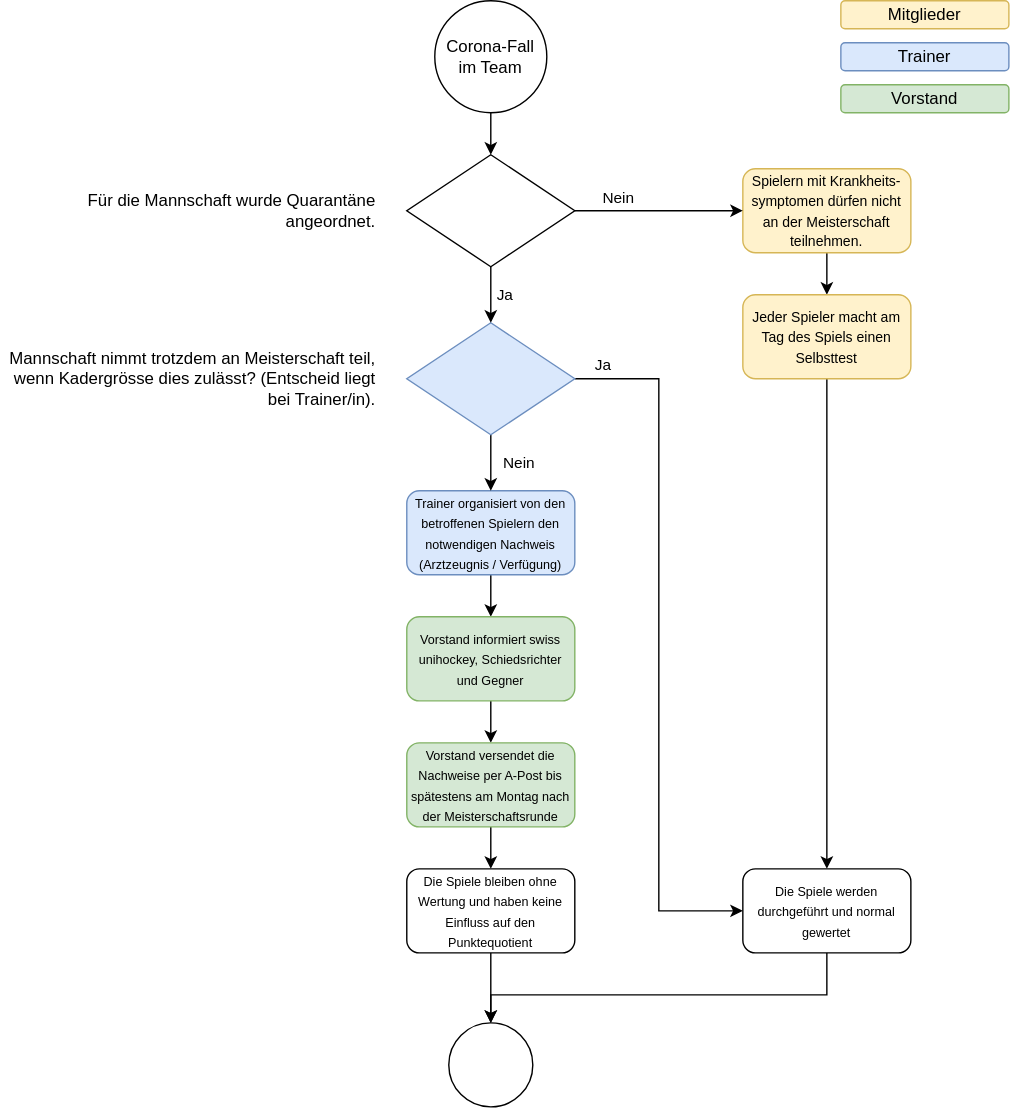
Earlier version of the draw.io export src/img/ablauf3.svg (faebulicious/uhcwr_corona). Source tidied: cells renumbered, new cells last; positions are measured from the earlier drawing's top-left corner, leaving out a move shared by most shapes. The source it was exported from:
```xml
<mxGraphModel>
  <root>
    <mxCell id="0" />
    <mxCell id="1" parent="0" />
    <mxCell id="2" style="edgeStyle=orthogonalEdgeStyle;rounded=0;jettySize=auto;html=1;" parent="1" edge="1" source="3" target="5">
      <mxGeometry relative="1" as="geometry" />
    </mxCell>
    <mxCell id="3" value="&lt;font style=&quot;font-size: 9px&quot;&gt;Trainer organisiert von den betroffenen Spielern den notwendigen Nachweis (Arztzeugnis / Verfügung)&lt;/font&gt;" style="rounded=1;whiteSpace=wrap;html=1;fillColor=#dae8fc;strokeColor=#6c8ebf;" parent="1" vertex="1">
      <mxGeometry x="290" y="350" width="120" height="60" as="geometry" />
    </mxCell>
    <mxCell id="4" style="edgeStyle=orthogonalEdgeStyle;rounded=0;jettySize=auto;html=1;" parent="1" edge="1" source="5" target="7">
      <mxGeometry relative="1" as="geometry" />
    </mxCell>
    <mxCell id="5" value="&lt;font style=&quot;font-size: 9px&quot;&gt;Vorstand informiert swiss unihockey, Schiedsrichter und Gegner&lt;/font&gt;" style="rounded=1;whiteSpace=wrap;html=1;fillColor=#d5e8d4;strokeColor=#82b366;" parent="1" vertex="1">
      <mxGeometry x="290" y="440" width="120" height="60" as="geometry" />
    </mxCell>
    <mxCell id="6" style="edgeStyle=orthogonalEdgeStyle;rounded=0;jettySize=auto;html=1;entryX=0.5;entryY=0;entryDx=0;entryDy=0;" parent="1" edge="1" source="7" target="9">
      <mxGeometry relative="1" as="geometry" />
    </mxCell>
    <mxCell id="7" value="&lt;font style=&quot;font-size: 9px&quot;&gt;Vorstand versendet die Nachweise per A-Post bis spätestens am Montag nach der Meisterschaftsrunde&lt;/font&gt;" style="rounded=1;whiteSpace=wrap;html=1;fillColor=#d5e8d4;strokeColor=#82b366;" parent="1" vertex="1">
      <mxGeometry x="290" y="530" width="120" height="60" as="geometry" />
    </mxCell>
    <mxCell id="8" style="edgeStyle=orthogonalEdgeStyle;rounded=0;jettySize=auto;html=1;entryX=0.5;entryY=0;entryDx=0;entryDy=0;" parent="1" edge="1" source="9" target="10">
      <mxGeometry relative="1" as="geometry" />
    </mxCell>
    <mxCell id="9" value="&lt;font style=&quot;font-size: 9px&quot;&gt;Die Spiele bleiben ohne Wertung und haben keine Einfluss auf den Punktequotient&lt;/font&gt;" style="rounded=1;whiteSpace=wrap;html=1;" parent="1" vertex="1">
      <mxGeometry x="290" y="620" width="120" height="60" as="geometry" />
    </mxCell>
    <mxCell id="10" style="ellipse;whiteSpace=wrap;html=1;shadow=0;strokeColor=#000000;" parent="1" vertex="1">
      <mxGeometry x="320" y="730" width="60" height="60" as="geometry" />
    </mxCell>
    <mxCell id="11" style="edgeStyle=orthogonalEdgeStyle;rounded=0;jettySize=auto;html=1;labelBackgroundColor=none;fontSize=11;" parent="1" edge="1" source="12" target="27">
      <mxGeometry relative="1" as="geometry" />
    </mxCell>
    <mxCell id="12" value="Corona-Fall im Team" style="ellipse;whiteSpace=wrap;html=1;" parent="1" vertex="1">
      <mxGeometry x="310" width="80" height="80" as="geometry" />
    </mxCell>
    <mxCell id="13" value="Nein" style="edgeStyle=orthogonalEdgeStyle;rounded=0;jettySize=auto;html=1;fontSize=11;labelBackgroundColor=none;" parent="1" edge="1" source="15" target="3">
      <mxGeometry y="20" relative="1" as="geometry" />
    </mxCell>
    <mxCell id="14" value="Ja" style="edgeStyle=orthogonalEdgeStyle;rounded=0;jettySize=auto;html=1;entryX=0;entryY=0.5;entryDx=0;entryDy=0;labelBackgroundColor=none;fontSize=11;" parent="1" edge="1" source="15" target="30">
      <mxGeometry x="-0.92" y="10" relative="1" as="geometry" />
    </mxCell>
    <mxCell id="15" style="rhombus;whiteSpace=wrap;html=1;shadow=0;strokeColor=#6c8ebf;fillColor=#dae8fc;" parent="1" vertex="1">
      <mxGeometry x="290" y="230" width="120" height="80" as="geometry" />
    </mxCell>
    <mxCell id="16" value="Mannschaft nimmt trotzdem an Meisterschaft teil, wenn Kadergrösse dies zulässt? (Entscheid liegt bei Trainer/in)." style="text;html=1;fillColor=none;align=right;verticalAlign=middle;whiteSpace=wrap;rounded=0;shadow=0;" parent="1" vertex="1">
      <mxGeometry y="260" width="270" height="20" as="geometry" />
    </mxCell>
    <mxCell id="17" style="edgeStyle=orthogonalEdgeStyle;rounded=0;jettySize=auto;html=1;fontSize=11;" parent="1" edge="1" source="18" target="23">
      <mxGeometry relative="1" as="geometry" />
    </mxCell>
    <mxCell id="18" value="&lt;font size=&quot;1&quot;&gt;Spielern mit Krankheits-symptomen dürfen nicht an der Meisterschaft teilnehmen.&lt;/font&gt;" style="rounded=1;whiteSpace=wrap;html=1;fillColor=#fff2cc;strokeColor=#d6b656;" parent="1" vertex="1">
      <mxGeometry x="530" y="120" width="120" height="60" as="geometry" />
    </mxCell>
    <mxCell id="19" value="Mitglieder" style="rounded=1;whiteSpace=wrap;html=1;fillColor=#fff2cc;strokeColor=#d6b656;" parent="1" vertex="1">
      <mxGeometry x="600" width="120" height="20" as="geometry" />
    </mxCell>
    <mxCell id="20" value="Trainer" style="rounded=1;whiteSpace=wrap;html=1;fillColor=#dae8fc;strokeColor=#6c8ebf;" parent="1" vertex="1">
      <mxGeometry x="600" y="30" width="120" height="20" as="geometry" />
    </mxCell>
    <mxCell id="21" value="Vorstand" style="rounded=1;whiteSpace=wrap;html=1;fillColor=#d5e8d4;strokeColor=#82b366;" parent="1" vertex="1">
      <mxGeometry x="600" y="60" width="120" height="20" as="geometry" />
    </mxCell>
    <mxCell id="22" style="edgeStyle=orthogonalEdgeStyle;rounded=0;jettySize=auto;html=1;labelBackgroundColor=none;fontSize=11;" parent="1" edge="1" source="23" target="30">
      <mxGeometry relative="1" as="geometry" />
    </mxCell>
    <mxCell id="23" value="&lt;font size=&quot;1&quot;&gt;Jeder Spieler macht am Tag des Spiels einen Selbsttest&lt;/font&gt;" style="rounded=1;whiteSpace=wrap;html=1;fillColor=#fff2cc;strokeColor=#d6b656;" parent="1" vertex="1">
      <mxGeometry x="530" y="210" width="120" height="60" as="geometry" />
    </mxCell>
    <mxCell id="24" style="edgeStyle=orthogonalEdgeStyle;rounded=0;jettySize=auto;html=1;labelBackgroundColor=none;fontSize=11;" parent="1" edge="1" source="27" target="18">
      <mxGeometry relative="1" as="geometry" />
    </mxCell>
    <mxCell id="25" value="Nein" style="edgeLabel;html=1;align=center;verticalAlign=middle;fontSize=11;labelBackgroundColor=none;" parent="24" vertex="1">
      <mxGeometry x="0.25" relative="1" as="geometry">
        <mxPoint x="-45" y="-10" as="offset" />
      </mxGeometry>
    </mxCell>
    <mxCell id="26" value="Ja" style="edgeStyle=orthogonalEdgeStyle;rounded=0;jettySize=auto;html=1;labelBackgroundColor=none;fontSize=11;" parent="1" edge="1" source="27" target="15">
      <mxGeometry y="10" relative="1" as="geometry">
        <Array as="points">
          <mxPoint x="350" y="200" />
          <mxPoint x="350" y="200" />
        </Array>
      </mxGeometry>
    </mxCell>
    <mxCell id="27" style="rhombus;whiteSpace=wrap;html=1;shadow=0;" parent="1" vertex="1">
      <mxGeometry x="290" y="110" width="120" height="80" as="geometry" />
    </mxCell>
    <mxCell id="28" value="Für die Mannschaft wurde Quarantäne angeordnet." style="text;html=1;fillColor=none;align=right;verticalAlign=middle;whiteSpace=wrap;rounded=0;shadow=0;" parent="1" vertex="1">
      <mxGeometry y="140" width="270" height="20" as="geometry" />
    </mxCell>
    <mxCell id="29" style="edgeStyle=orthogonalEdgeStyle;rounded=0;jettySize=auto;html=1;labelBackgroundColor=none;fontSize=11;" parent="1" edge="1" source="30" target="10">
      <mxGeometry relative="1" as="geometry">
        <Array as="points">
          <mxPoint x="590" y="710" />
          <mxPoint x="350" y="710" />
        </Array>
      </mxGeometry>
    </mxCell>
    <mxCell id="30" value="&lt;font style=&quot;font-size: 9px&quot;&gt;Die Spiele werden durchgeführt und normal gewertet&lt;/font&gt;" style="rounded=1;whiteSpace=wrap;html=1;" parent="1" vertex="1">
      <mxGeometry x="530" y="620" width="120" height="60" as="geometry" />
    </mxCell>
  </root>
</mxGraphModel>
```
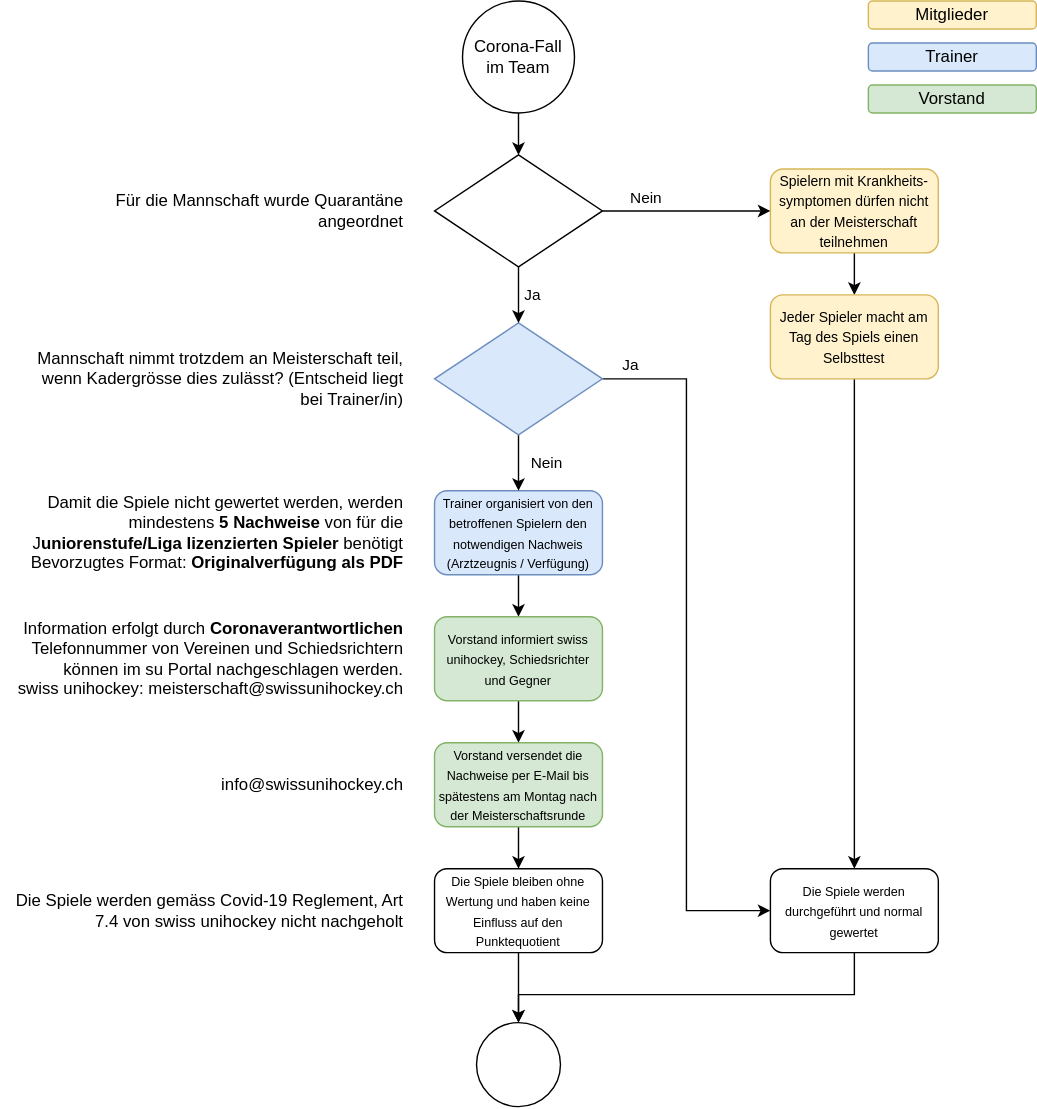
The same diagram one commit later.

Change to the diagram source:
```diff
@@ -17,7 +17,7 @@
     <mxCell id="6" style="edgeStyle=orthogonalEdgeStyle;rounded=0;jettySize=auto;html=1;entryX=0.5;entryY=0;entryDx=0;entryDy=0;" parent="1" edge="1" source="7" target="9">
       <mxGeometry relative="1" as="geometry" />
     </mxCell>
-    <mxCell id="7" value="&lt;font style=&quot;font-size: 9px&quot;&gt;Vorstand versendet die Nachweise per A-Post bis spätestens am Montag nach der Meisterschaftsrunde&lt;/font&gt;" style="rounded=1;whiteSpace=wrap;html=1;fillColor=#d5e8d4;strokeColor=#82b366;" parent="1" vertex="1">
+    <mxCell id="7" value="&lt;font style=&quot;font-size: 9px&quot;&gt;Vorstand versendet die Nachweise per E-Mail bis spätestens am Montag nach der Meisterschaftsrunde&lt;/font&gt;" style="rounded=1;whiteSpace=wrap;html=1;fillColor=#d5e8d4;strokeColor=#82b366;" parent="1" vertex="1">
       <mxGeometry x="290" y="530" width="120" height="60" as="geometry" />
     </mxCell>
     <mxCell id="8" style="edgeStyle=orthogonalEdgeStyle;rounded=0;jettySize=auto;html=1;entryX=0.5;entryY=0;entryDx=0;entryDy=0;" parent="1" edge="1" source="9" target="10">
@@ -44,13 +44,13 @@
     <mxCell id="15" style="rhombus;whiteSpace=wrap;html=1;shadow=0;strokeColor=#6c8ebf;fillColor=#dae8fc;" parent="1" vertex="1">
       <mxGeometry x="290" y="230" width="120" height="80" as="geometry" />
     </mxCell>
-    <mxCell id="16" value="Mannschaft nimmt trotzdem an Meisterschaft teil, wenn Kadergrösse dies zulässt? (Entscheid liegt bei Trainer/in)." style="text;html=1;fillColor=none;align=right;verticalAlign=middle;whiteSpace=wrap;rounded=0;shadow=0;" parent="1" vertex="1">
+    <mxCell id="16" value="Mannschaft nimmt trotzdem an Meisterschaft teil, wenn Kadergrösse dies zulässt? (Entscheid liegt bei Trainer/in)" style="text;html=1;fillColor=none;align=right;verticalAlign=middle;whiteSpace=wrap;rounded=0;shadow=0;" parent="1" vertex="1">
       <mxGeometry y="260" width="270" height="20" as="geometry" />
     </mxCell>
     <mxCell id="17" style="edgeStyle=orthogonalEdgeStyle;rounded=0;jettySize=auto;html=1;fontSize=11;" parent="1" edge="1" source="18" target="23">
       <mxGeometry relative="1" as="geometry" />
     </mxCell>
-    <mxCell id="18" value="&lt;font size=&quot;1&quot;&gt;Spielern mit Krankheits-symptomen dürfen nicht an der Meisterschaft teilnehmen.&lt;/font&gt;" style="rounded=1;whiteSpace=wrap;html=1;fillColor=#fff2cc;strokeColor=#d6b656;" parent="1" vertex="1">
+    <mxCell id="18" value="&lt;font size=&quot;1&quot;&gt;Spielern mit Krankheits-symptomen dürfen nicht an der Meisterschaft teilnehmen&lt;/font&gt;" style="rounded=1;whiteSpace=wrap;html=1;fillColor=#fff2cc;strokeColor=#d6b656;" parent="1" vertex="1">
       <mxGeometry x="530" y="120" width="120" height="60" as="geometry" />
     </mxCell>
     <mxCell id="19" value="Mitglieder" style="rounded=1;whiteSpace=wrap;html=1;fillColor=#fff2cc;strokeColor=#d6b656;" parent="1" vertex="1">
@@ -87,7 +87,7 @@
     <mxCell id="27" style="rhombus;whiteSpace=wrap;html=1;shadow=0;" parent="1" vertex="1">
       <mxGeometry x="290" y="110" width="120" height="80" as="geometry" />
     </mxCell>
-    <mxCell id="28" value="Für die Mannschaft wurde Quarantäne angeordnet." style="text;html=1;fillColor=none;align=right;verticalAlign=middle;whiteSpace=wrap;rounded=0;shadow=0;" parent="1" vertex="1">
+    <mxCell id="28" value="Für die Mannschaft wurde Quarantäne angeordnet" style="text;html=1;fillColor=none;align=right;verticalAlign=middle;whiteSpace=wrap;rounded=0;shadow=0;" parent="1" vertex="1">
       <mxGeometry y="140" width="270" height="20" as="geometry" />
     </mxCell>
     <mxCell id="29" style="edgeStyle=orthogonalEdgeStyle;rounded=0;jettySize=auto;html=1;labelBackgroundColor=none;fontSize=11;" parent="1" edge="1" source="30" target="10">
@@ -101,5 +101,17 @@
     <mxCell id="30" value="&lt;font style=&quot;font-size: 9px&quot;&gt;Die Spiele werden durchgeführt und normal gewertet&lt;/font&gt;" style="rounded=1;whiteSpace=wrap;html=1;" parent="1" vertex="1">
       <mxGeometry x="530" y="620" width="120" height="60" as="geometry" />
     </mxCell>
+    <mxCell id="31" value="&amp;nbsp;Information erfolgt durch &lt;b&gt;Coronaverantwortlichen &lt;/b&gt;&lt;br&gt;Telefonnummer von Vereinen und Schiedsrichtern können im su Portal nachgeschlagen werden.&lt;br&gt;swiss unihockey: meisterschaft@swissunihockey.ch" style="text;html=1;fillColor=none;align=right;verticalAlign=middle;whiteSpace=wrap;rounded=0;shadow=0;" parent="1" vertex="1">
+      <mxGeometry x="-20" y="460" width="290" height="20" as="geometry" />
+    </mxCell>
+    <mxCell id="32" value="Damit die Spiele nicht gewertet werden, werden mindestens &lt;b&gt;5 Nachweise&lt;/b&gt; von für die J&lt;b&gt;uniorenstufe/Liga lizenzierten Spieler&lt;/b&gt; benötigt&lt;br&gt;Bevorzugtes Format: &lt;b&gt;Originalverfügung als PDF&lt;/b&gt;" style="text;html=1;fillColor=none;align=right;verticalAlign=middle;whiteSpace=wrap;rounded=0;shadow=0;" parent="1" vertex="1">
+      <mxGeometry y="370" width="270" height="20" as="geometry" />
+    </mxCell>
+    <mxCell id="33" value="info@swissunihockey.ch" style="text;html=1;fillColor=none;align=right;verticalAlign=middle;whiteSpace=wrap;rounded=0;shadow=0;" parent="1" vertex="1">
+      <mxGeometry x="-20" y="550" width="290" height="20" as="geometry" />
+    </mxCell>
+    <mxCell id="34" value="Die Spiele werden gemäss Covid-19 Reglement, Art 7.4 von swiss unihockey nicht nachgeholt" style="text;html=1;fillColor=none;align=right;verticalAlign=middle;whiteSpace=wrap;rounded=0;shadow=0;" parent="1" vertex="1">
+      <mxGeometry x="-20" y="640" width="290" height="20" as="geometry" />
+    </mxCell>
   </root>
 </mxGraphModel>
```
